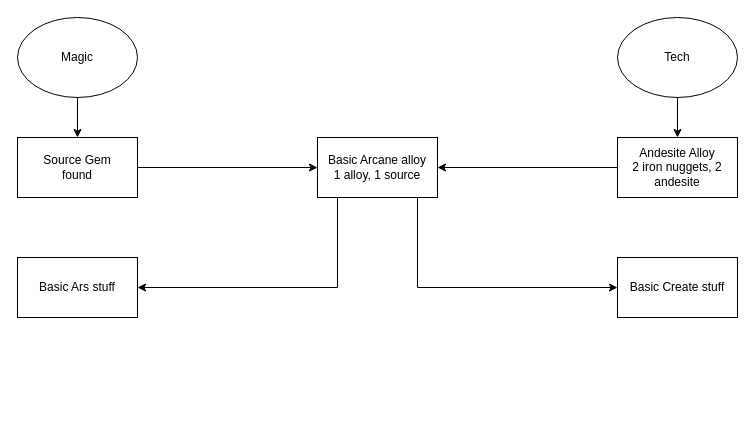
c0d3-404/Create-Modding keeps this draw.io diagram as Plan.drawio. Above is the earlier version. Source tidied: cells renumbered, new cells numbered last; positions are measured from the earlier drawing's top-left corner, leaving out a move shared by most shapes. Both pictures are drawn from the tidied source at 100%, with x=0, y=0 at pixel (17, 17).
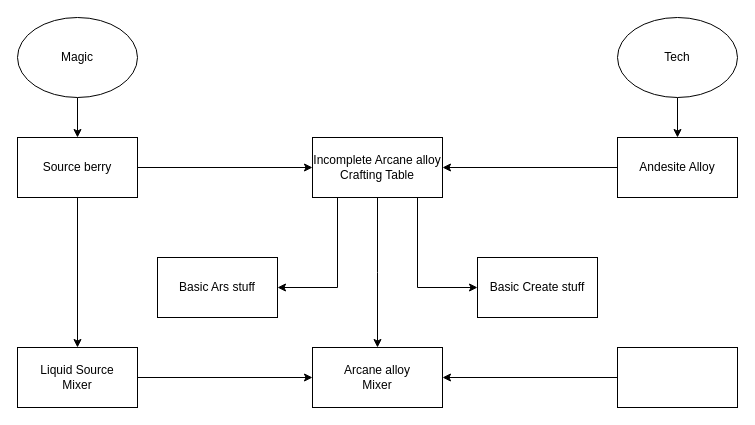
The same diagram, later.

Diff of the diagram source:
```diff
@@
+    <mxCell id="15" style="edgeStyle=orthogonalEdgeStyle;rounded=0;jettySize=auto;html=1;entryX=0.5;entryY=0;entryDx=0;entryDy=0;" parent="1" edge="1" source="7" target="19">
+      <mxGeometry relative="1" as="geometry" />
+    </mxCell>
-    <mxCell id="7" value="&lt;div&gt;Source Gem&lt;/div&gt;&lt;div&gt;found&lt;/div&gt;" style="whiteSpace=wrap;html=1;" parent="1" vertex="1">
+    <mxCell id="7" value="&lt;div&gt;Source berry&lt;/div&gt;" style="whiteSpace=wrap;html=1;" parent="1" vertex="1">
       <mxGeometry y="120" width="120" height="60" as="geometry" />
     </mxCell>
@@
-    <mxCell id="9" value="&lt;div&gt;Andesite Alloy&lt;/div&gt;&lt;div&gt;2 iron nuggets, 2 andesite&lt;/div&gt;" style="whiteSpace=wrap;html=1;" parent="1" vertex="1">
+    <mxCell id="9" value="&lt;div&gt;Andesite Alloy&lt;/div&gt;" style="whiteSpace=wrap;html=1;" parent="1" vertex="1">
       <mxGeometry x="600" y="120" width="120" height="60" as="geometry" />
     </mxCell>
@@
+    <mxCell id="16" style="edgeStyle=orthogonalEdgeStyle;rounded=0;jettySize=auto;html=1;" parent="1" edge="1" source="12">
+      <mxGeometry relative="1" as="geometry">
+        <mxPoint x="360" y="330" as="targetPoint" />
+      </mxGeometry>
+    </mxCell>
-    <mxCell id="12" value="&lt;div&gt;Basic Arcane alloy&lt;/div&gt;&lt;div&gt;1 alloy, 1 source&lt;/div&gt;" style="whiteSpace=wrap;html=1;" parent="1" vertex="1">
-      <mxGeometry x="300" y="120" width="120" height="60" as="geometry" />
+    <mxCell id="12" value="&lt;div&gt;Incomplete Arcane alloy&lt;/div&gt;&lt;div&gt;Crafting Table&lt;/div&gt;" style="whiteSpace=wrap;html=1;" parent="1" vertex="1">
+      <mxGeometry x="295" y="120" width="130" height="60" as="geometry" />
     </mxCell>
     <mxCell id="13" value="Basic Create stuff" style="whiteSpace=wrap;html=1;" parent="1" vertex="1">
-      <mxGeometry x="600" y="240" width="120" height="60" as="geometry" />
+      <mxGeometry x="460" y="240" width="120" height="60" as="geometry" />
     </mxCell>
     <mxCell id="14" value="Basic Ars stuff" style="whiteSpace=wrap;html=1;" parent="1" vertex="1">
-      <mxGeometry y="240" width="120" height="60" as="geometry" />
+      <mxGeometry x="140" y="240" width="120" height="60" as="geometry" />
     </mxCell>
+    <mxCell id="17" style="edgeStyle=orthogonalEdgeStyle;rounded=0;jettySize=auto;html=1;startArrow=classic;startFill=1;endArrow=none;endFill=0;" parent="1" edge="1" source="18" target="19">
+      <mxGeometry relative="1" as="geometry" />
+    </mxCell>
+    <mxCell id="18" value="&lt;div&gt;Arcane alloy&lt;/div&gt;&lt;div&gt;Mixer&lt;/div&gt;" style="whiteSpace=wrap;html=1;" parent="1" vertex="1">
+      <mxGeometry x="295" y="330" width="130" height="60" as="geometry" />
+    </mxCell>
+    <mxCell id="19" value="&lt;div&gt;Liquid Source&lt;/div&gt;&lt;div&gt;Mixer&lt;/div&gt;" style="whiteSpace=wrap;html=1;" parent="1" vertex="1">
+      <mxGeometry y="330" width="120" height="60" as="geometry" />
+    </mxCell>
+    <mxCell id="20" style="edgeStyle=orthogonalEdgeStyle;rounded=0;jettySize=auto;html=1;" parent="1" edge="1" source="21" target="18">
+      <mxGeometry relative="1" as="geometry" />
+    </mxCell>
+    <mxCell id="21" style="whiteSpace=wrap;html=1;" parent="1" vertex="1">
+      <mxGeometry x="600" y="330" width="120" height="60" as="geometry" />
+    </mxCell>
```
